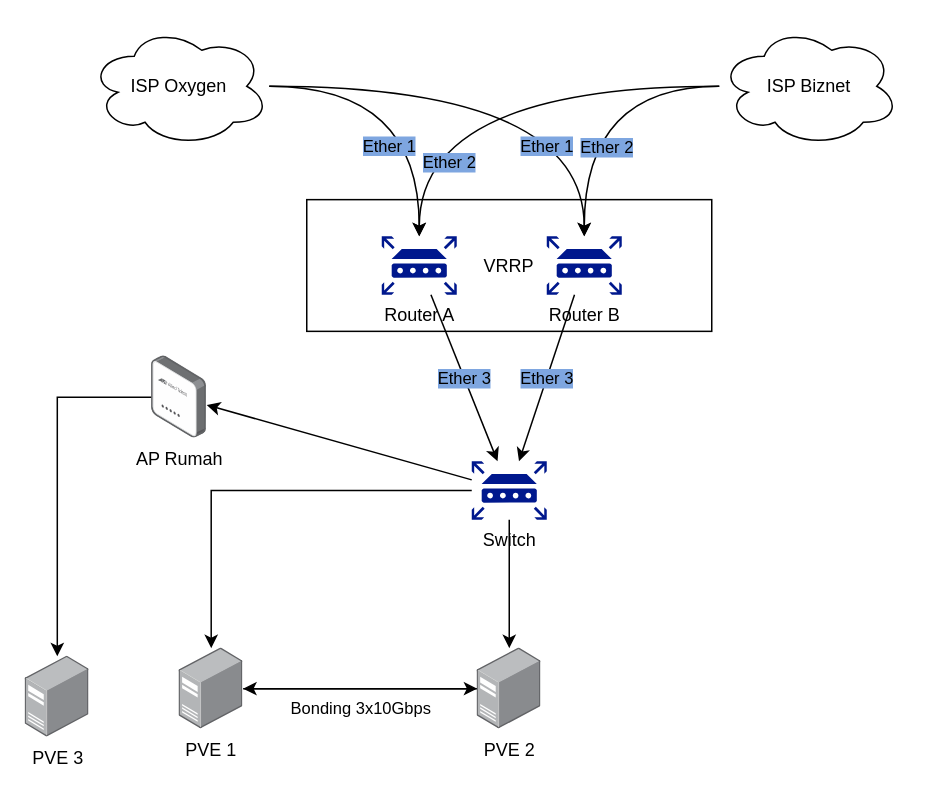
Earlier version of the draw.io diagram drawio/Network Topology Bullnium.drawio (WaxArsatia/Random). Source tidied: cells renumbered, new cells numbered last; positions are measured from the earlier drawing's top-left corner, leaving out a move shared by most shapes. Both pictures are drawn from the tidied source at 150%, with x=0, y=0 at pixel (24, 26).
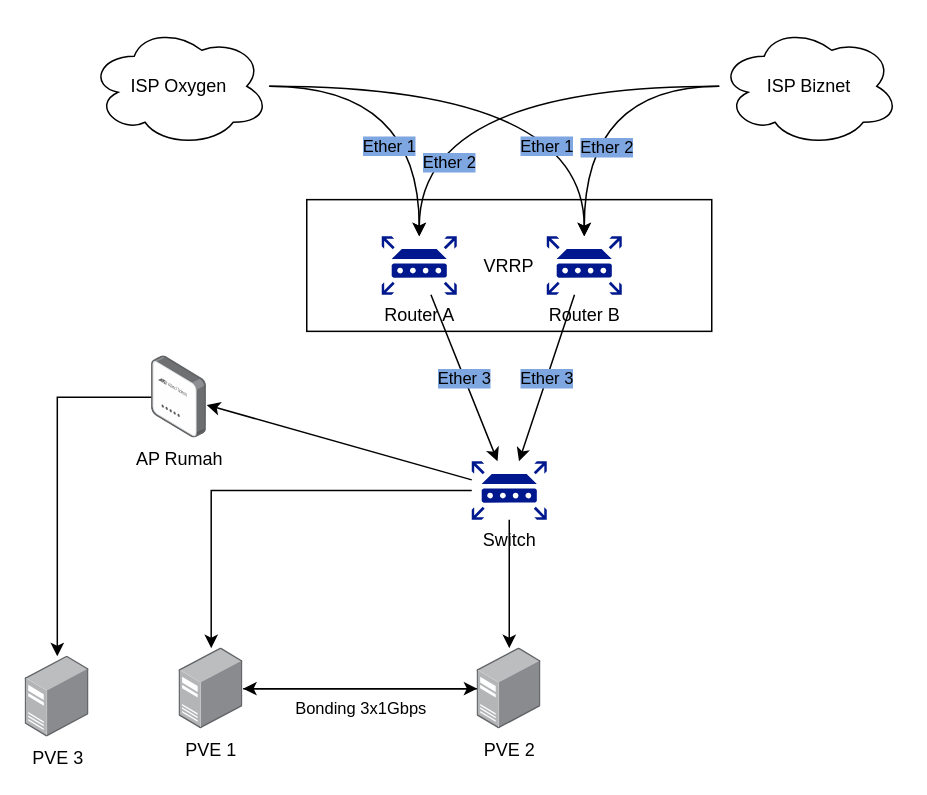
Above is the later version.

Commit message:
1Gbps Bonding

Unchanged cells that the change refers to:
```xml
<mxCell id="16" value="PVE 1" style="image;points=[];html=1;align=center;shadow=0;dashed=0;image=img/lib/allied_telesis/computer_and_terminals/Server_Desktop.svg;" parent="1" vertex="1">
  <mxGeometry x="103" y="414.6" width="42.6" height="54" as="geometry" />
</mxCell>
<mxCell id="18" value="PVE 2" style="image;points=[];html=1;align=center;shadow=0;dashed=0;image=img/lib/allied_telesis/computer_and_terminals/Server_Desktop.svg;" parent="1" vertex="1">
  <mxGeometry x="301.7" y="414.6" width="42.6" height="54" as="geometry" />
</mxCell>
```

Diff of the diagram source:
```diff
@@
-    <mxCell id="17" value="&lt;div&gt;Bonding 3x10Gbps&lt;br&gt;&lt;/div&gt;" style="edgeStyle=orthogonalEdgeStyle;rounded=0;jettySize=auto;html=1;verticalAlign=top;" parent="1" edge="1" source="18" target="16">
+    <mxCell id="17" value="&lt;div&gt;Bonding 3x1Gbps&lt;br&gt;&lt;/div&gt;" style="edgeStyle=orthogonalEdgeStyle;rounded=0;jettySize=auto;html=1;verticalAlign=top;" parent="1" edge="1" source="18" target="16">
       <mxGeometry relative="1" as="geometry" />
     </mxCell>
```
